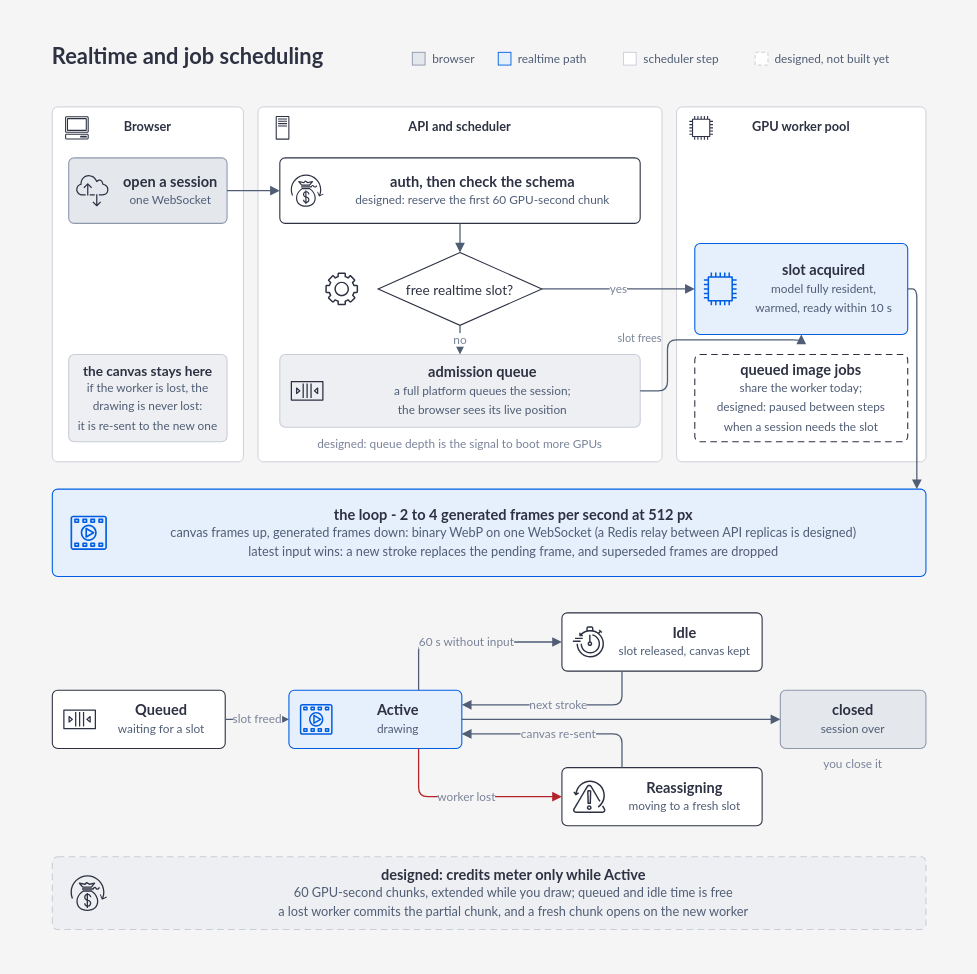
The draw.io diagram docs/figures/whitepaper/realtime-loop.drawio in Portocolom-Studio/potocolom, before the edit. Source tidied: cells renumbered, new cells numbered last; positions are measured from the earlier drawing's top-left corner, leaving out a move shared by most shapes. Both pictures are drawn from the tidied source at 91%, with x=0, y=0 at pixel (15, 15).
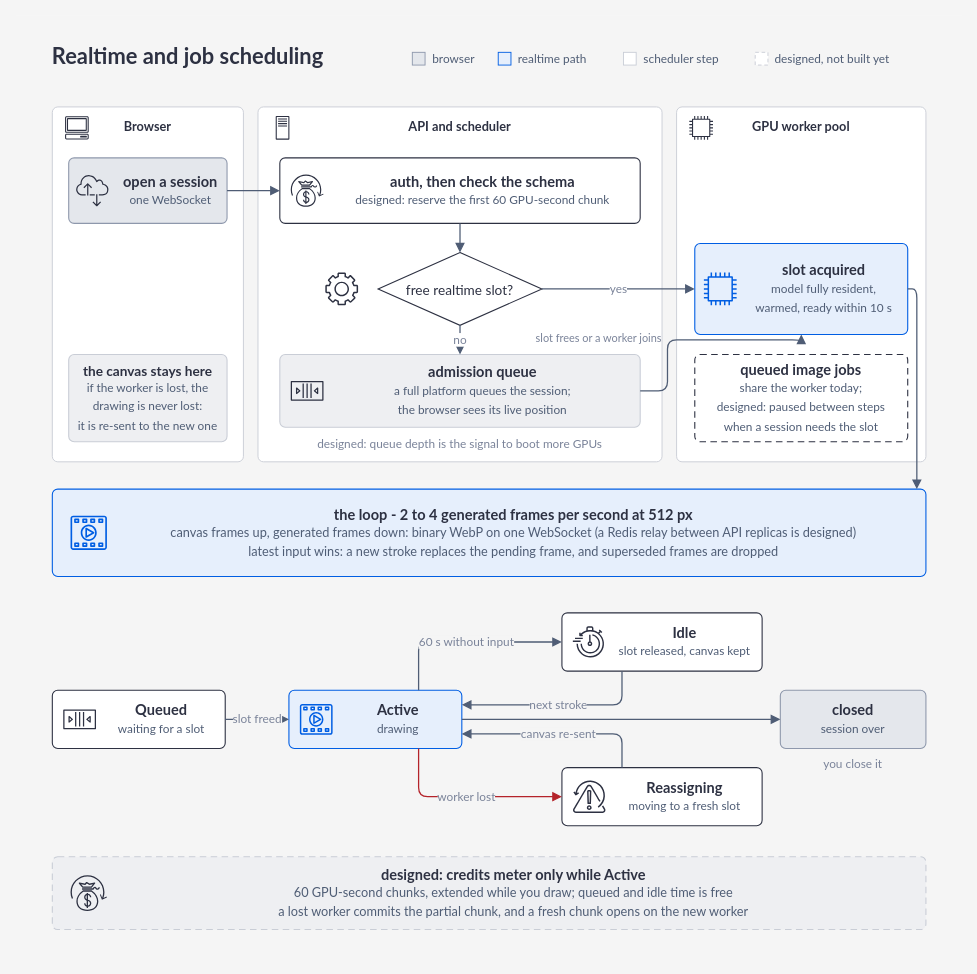
After the change.

Commit message (it also covers changes not shown here):
docs: name a joining worker as a queue trigger in the loop figure

The edit, as a diff of the source:
```diff
@@
-    <mxCell id="28" value="slot frees" style="text;html=1;whiteSpace=wrap;fontFamily=Lato;fontSize=12;fontColor=#7a8399;fontStyle=0;align=right;verticalAlign=middle;spacing=0;" parent="1" vertex="1">
+    <mxCell id="28" value="slot frees or a worker joins" style="text;html=1;whiteSpace=wrap;fontFamily=Lato;fontSize=12;fontColor=#7a8399;fontStyle=0;align=right;verticalAlign=middle;spacing=0;" parent="1" vertex="1">
       <mxGeometry x="520" y="346" width="190" height="18" as="geometry" />
     </mxCell>
```
